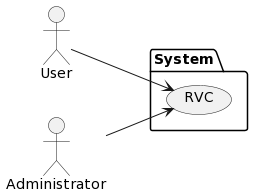
Above: software/img/rvc-context-diagram.png in Brendon-Mendicino/appunti (PlantUML), before the change.
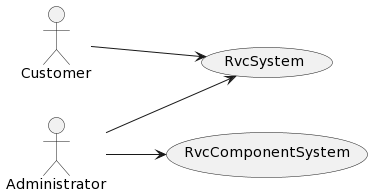
After the commit.

Change to the diagram source:
```diff
@@ -1,9 +1,12 @@
 @startuml
 left to right direction
-package System {
-usecase RVC as eg
-}
 
-:User: --> eg
-:Administrator: --> eg
+actor Customer as c
+actor Administrator as a
+usecase RvcSystem
+usecase RvcComponentSystem
+
+c --> RvcSystem
+a --> RvcSystem
+a --> RvcComponentSystem
 @enduml
```
